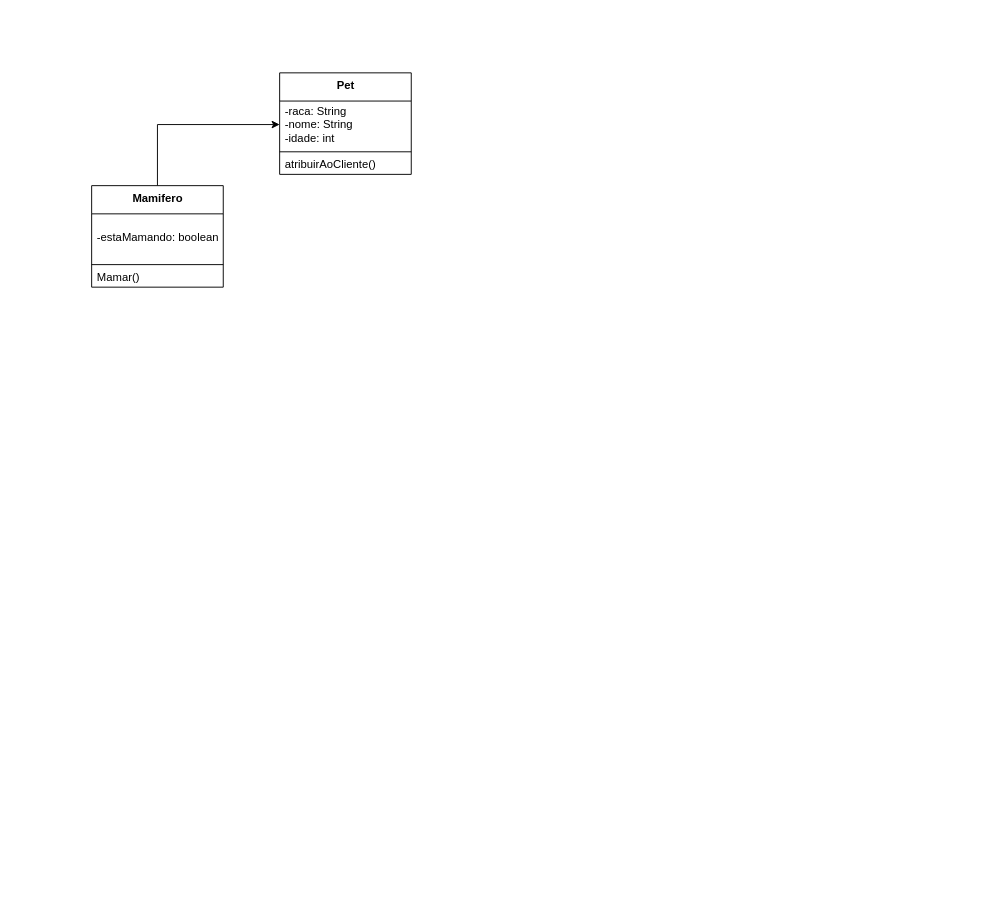
Samuca47prog/Unissinos keeps this draw.io diagram as Programacao-1/petshop/Diagrama UML - PetShop.drawio. Above is the earlier version. Source tidied: cells renumbered, new cells numbered last; positions are measured from the earlier drawing's top-left corner, leaving out a move shared by most shapes. Both pictures are drawn from the tidied source at 94%, with x=0, y=0 at pixel (91, 72).
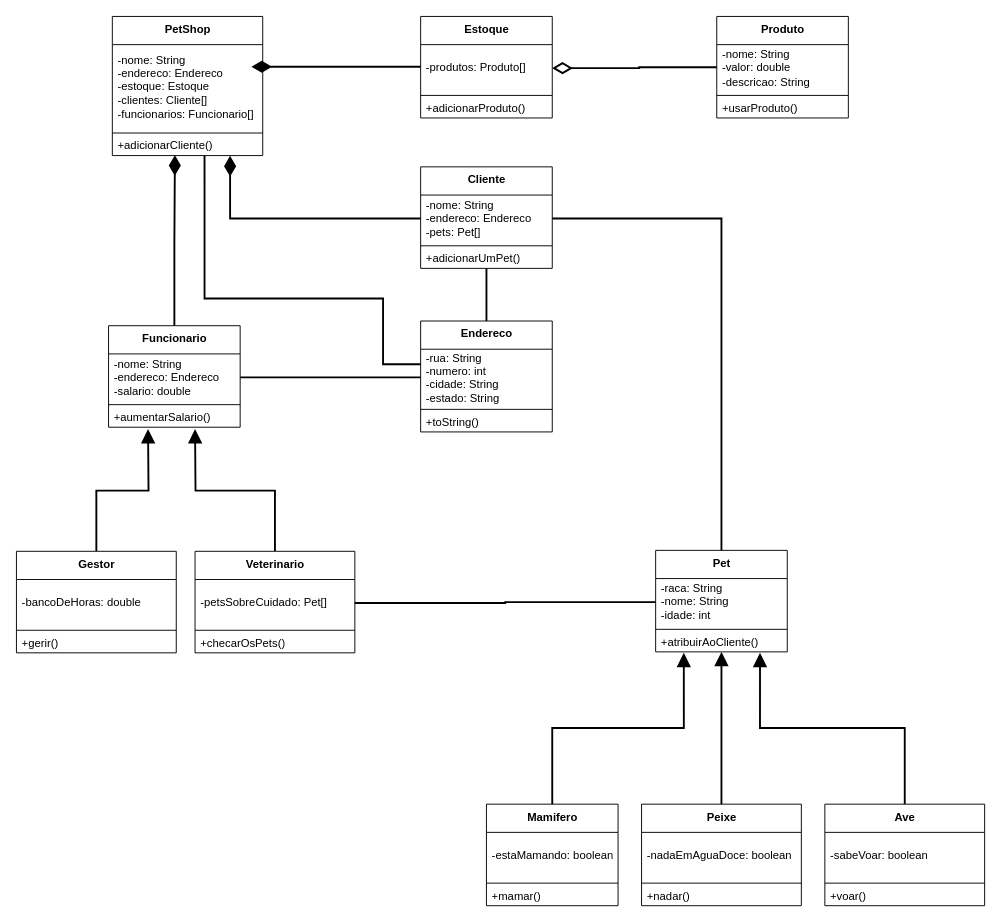
After the change.

The change refers to these unchanged cells:
```xml
<mxCell id="3" value="-raca: String&lt;br&gt;-nome: String&lt;br&gt;-idade: int" style="text;html=1;strokeColor=none;fillColor=none;align=left;verticalAlign=middle;spacingLeft=4;spacingRight=4;overflow=hidden;points=[[0,0.5],[1,0.5]];portConstraint=eastwest;" parent="2" vertex="1">
  <mxGeometry y="30" width="140" height="50" as="geometry" />
</mxCell>
```

Diff of the diagram source:
```diff
@@
+    <mxCell id="11" style="edgeStyle=orthogonalEdgeStyle;rounded=0;jettySize=auto;html=1;exitX=0.5;exitY=0;exitDx=0;exitDy=0;entryX=1;entryY=0.5;entryDx=0;entryDy=0;endArrow=none;endFill=0;strokeWidth=2;" parent="1" edge="1" source="2" target="39">
+      <mxGeometry relative="1" as="geometry" />
+    </mxCell>
     <mxCell id="2" value="&lt;b&gt;Pet&lt;/b&gt;" style="swimlane;fontStyle=0;align=center;verticalAlign=top;horizontal=1;startSize=30;html=1;" parent="1" vertex="1">
-      <mxGeometry x="200" width="140" height="108" as="geometry" />
+      <mxGeometry x="600" y="508" width="140" height="108" as="geometry" />
     </mxCell>
@@
-    <mxCell id="5" value="atribuirAoCliente()" style="text;html=1;strokeColor=none;fillColor=none;align=left;verticalAlign=middle;spacingLeft=4;spacingRight=4;overflow=hidden;points=[[0,0.5],[1,0.5]];portConstraint=eastwest;" parent="2" vertex="1">
+    <mxCell id="5" value="+atribuirAoCliente()" style="text;html=1;strokeColor=none;fillColor=none;align=left;verticalAlign=middle;spacingLeft=4;spacingRight=4;overflow=hidden;points=[[0,0.5],[1,0.5]];portConstraint=eastwest;" parent="2" vertex="1">
       <mxGeometry y="88" width="140" height="20" as="geometry" />
     </mxCell>
-    <mxCell id="6" style="edgeStyle=orthogonalEdgeStyle;rounded=0;jettySize=auto;html=1;exitX=0.5;exitY=0;exitDx=0;exitDy=0;entryX=0;entryY=0.5;entryDx=0;entryDy=0;" parent="1" edge="1" source="7" target="3">
-      <mxGeometry relative="1" as="geometry" />
-    </mxCell>
+    <mxCell id="12" style="edgeStyle=orthogonalEdgeStyle;rounded=0;jettySize=auto;html=1;exitX=0.5;exitY=0;exitDx=0;exitDy=0;entryX=0.214;entryY=1.05;entryDx=0;entryDy=0;entryPerimeter=0;endArrow=block;endFill=1;strokeWidth=2;endSize=10;" parent="1" edge="1" source="7" target="5">
+      <mxGeometry relative="1" as="geometry" />
+    </mxCell>
     <mxCell id="7" value="&lt;b&gt;Mamifero&lt;/b&gt;" style="swimlane;fontStyle=0;align=center;verticalAlign=top;horizontal=1;startSize=30;html=1;" parent="1" vertex="1">
-      <mxGeometry y="120" width="140" height="108" as="geometry" />
+      <mxGeometry x="420" y="778" width="140" height="108" as="geometry" />
     </mxCell>
@@
-    <mxCell id="10" value="Mamar()" style="text;html=1;strokeColor=none;fillColor=none;align=left;verticalAlign=middle;spacingLeft=4;spacingRight=4;overflow=hidden;" parent="7" vertex="1">
+    <mxCell id="10" value="+mamar()" style="text;html=1;strokeColor=none;fillColor=none;align=left;verticalAlign=middle;spacingLeft=4;spacingRight=4;overflow=hidden;" parent="7" vertex="1">
       <mxGeometry y="88" width="140" height="20" as="geometry" />
     </mxCell>
+    <mxCell id="13" style="edgeStyle=orthogonalEdgeStyle;rounded=0;jettySize=auto;html=1;exitX=0.5;exitY=0;exitDx=0;exitDy=0;endArrow=block;endFill=1;strokeWidth=2;endSize=10;" parent="1" edge="1" source="14" target="2">
+      <mxGeometry relative="1" as="geometry" />
+    </mxCell>
+    <mxCell id="14" value="&lt;b&gt;Peixe&lt;/b&gt;" style="swimlane;fontStyle=0;align=center;verticalAlign=top;horizontal=1;startSize=30;html=1;" parent="1" vertex="1">
+      <mxGeometry x="585" y="778" width="170" height="108" as="geometry" />
+    </mxCell>
+    <mxCell id="15" value="-nadaEmAguaDoce: boolean" style="text;html=1;strokeColor=none;fillColor=none;align=left;verticalAlign=middle;spacingLeft=4;spacingRight=4;overflow=hidden;" parent="14" vertex="1">
+      <mxGeometry y="30" width="170" height="50" as="geometry" />
+    </mxCell>
+    <mxCell id="16" style="line;strokeWidth=1;fillColor=none;align=left;verticalAlign=middle;spacingTop=-1;spacingLeft=3;spacingRight=3;labelPosition=right;" parent="14" vertex="1">
+      <mxGeometry y="80" width="170" height="8" as="geometry" />
+    </mxCell>
+    <mxCell id="17" value="+nadar()" style="text;html=1;strokeColor=none;fillColor=none;align=left;verticalAlign=middle;spacingLeft=4;spacingRight=4;overflow=hidden;" parent="14" vertex="1">
+      <mxGeometry y="88" width="170" height="20" as="geometry" />
+    </mxCell>
+    <mxCell id="18" style="edgeStyle=orthogonalEdgeStyle;rounded=0;jettySize=auto;html=1;exitX=0.5;exitY=0;exitDx=0;exitDy=0;entryX=0.793;entryY=1.05;entryDx=0;entryDy=0;entryPerimeter=0;endArrow=block;endFill=1;strokeWidth=2;endSize=10;" parent="1" edge="1" source="19" target="5">
+      <mxGeometry relative="1" as="geometry">
+        <Array as="points">
+          <mxPoint x="865" y="697" />
+          <mxPoint x="711" y="697" />
+        </Array>
+      </mxGeometry>
+    </mxCell>
+    <mxCell id="19" value="&lt;b&gt;Ave&lt;/b&gt;" style="swimlane;fontStyle=0;align=center;verticalAlign=top;horizontal=1;startSize=30;html=1;" parent="1" vertex="1">
+      <mxGeometry x="780" y="778" width="170" height="108" as="geometry" />
+    </mxCell>
+    <mxCell id="20" value="-sabeVoar: boolean" style="text;html=1;strokeColor=none;fillColor=none;align=left;verticalAlign=middle;spacingLeft=4;spacingRight=4;overflow=hidden;" parent="19" vertex="1">
+      <mxGeometry y="30" width="170" height="50" as="geometry" />
+    </mxCell>
+    <mxCell id="21" style="line;strokeWidth=1;fillColor=none;align=left;verticalAlign=middle;spacingTop=-1;spacingLeft=3;spacingRight=3;labelPosition=right;" parent="19" vertex="1">
+      <mxGeometry y="80" width="170" height="8" as="geometry" />
+    </mxCell>
+    <mxCell id="22" value="+voar()" style="text;html=1;strokeColor=none;fillColor=none;align=left;verticalAlign=middle;spacingLeft=4;spacingRight=4;overflow=hidden;" parent="19" vertex="1">
+      <mxGeometry y="88" width="170" height="20" as="geometry" />
+    </mxCell>
+    <mxCell id="23" style="edgeStyle=orthogonalEdgeStyle;rounded=0;jettySize=auto;html=1;entryX=0.416;entryY=0.982;entryDx=0;entryDy=0;entryPerimeter=0;strokeWidth=2;endArrow=diamondThin;endFill=1;endSize=16;" parent="1" edge="1" source="24" target="61">
+      <mxGeometry relative="1" as="geometry" />
+    </mxCell>
+    <mxCell id="24" value="&lt;b&gt;Funcionario&lt;/b&gt;" style="swimlane;fontStyle=0;align=center;verticalAlign=top;horizontal=1;startSize=30;html=1;" parent="1" vertex="1">
+      <mxGeometry x="18" y="269" width="140" height="108" as="geometry" />
+    </mxCell>
+    <mxCell id="25" value="-nome: String&lt;br&gt;-endereco: Endereco&lt;br&gt;-salario: double" style="text;html=1;strokeColor=none;fillColor=none;align=left;verticalAlign=middle;spacingLeft=4;spacingRight=4;overflow=hidden;points=[[0,0.5],[1,0.5]];portConstraint=eastwest;" parent="24" vertex="1">
+      <mxGeometry y="30" width="140" height="50" as="geometry" />
+    </mxCell>
+    <mxCell id="26" style="line;strokeWidth=1;fillColor=none;align=left;verticalAlign=middle;spacingTop=-1;spacingLeft=3;spacingRight=3;labelPosition=right;" parent="24" vertex="1">
+      <mxGeometry y="80" width="140" height="8" as="geometry" />
+    </mxCell>
+    <mxCell id="27" value="+aumentarSalario()" style="text;html=1;strokeColor=none;fillColor=none;align=left;verticalAlign=middle;spacingLeft=4;spacingRight=4;overflow=hidden;" parent="24" vertex="1">
+      <mxGeometry y="88" width="140" height="20" as="geometry" />
+    </mxCell>
+    <mxCell id="28" style="edgeStyle=orthogonalEdgeStyle;rounded=0;jettySize=auto;html=1;exitX=0.5;exitY=0;exitDx=0;exitDy=0;endArrow=block;endFill=1;strokeWidth=2;endSize=10;" parent="1" edge="1" source="29">
+      <mxGeometry relative="1" as="geometry">
+        <mxPoint x="60" y="379" as="targetPoint" />
+      </mxGeometry>
+    </mxCell>
+    <mxCell id="29" value="&lt;b&gt;Gestor&lt;/b&gt;" style="swimlane;fontStyle=0;align=center;verticalAlign=top;horizontal=1;startSize=30;html=1;" parent="1" vertex="1">
+      <mxGeometry x="-80" y="509" width="170" height="108" as="geometry" />
+    </mxCell>
+    <mxCell id="30" value="-bancoDeHoras: double" style="text;html=1;strokeColor=none;fillColor=none;align=left;verticalAlign=middle;spacingLeft=4;spacingRight=4;overflow=hidden;" parent="29" vertex="1">
+      <mxGeometry y="30" width="170" height="50" as="geometry" />
+    </mxCell>
+    <mxCell id="31" style="line;strokeWidth=1;fillColor=none;align=left;verticalAlign=middle;spacingTop=-1;spacingLeft=3;spacingRight=3;labelPosition=right;" parent="29" vertex="1">
+      <mxGeometry y="80" width="170" height="8" as="geometry" />
+    </mxCell>
+    <mxCell id="32" value="+gerir()" style="text;html=1;strokeColor=none;fillColor=none;align=left;verticalAlign=middle;spacingLeft=4;spacingRight=4;overflow=hidden;" parent="29" vertex="1">
+      <mxGeometry y="88" width="170" height="20" as="geometry" />
+    </mxCell>
+    <mxCell id="33" style="edgeStyle=orthogonalEdgeStyle;rounded=0;jettySize=auto;html=1;exitX=0.5;exitY=0;exitDx=0;exitDy=0;endArrow=block;endFill=1;strokeWidth=2;endSize=10;" parent="1" edge="1" source="34">
+      <mxGeometry relative="1" as="geometry">
+        <mxPoint x="110" y="379" as="targetPoint" />
+      </mxGeometry>
+    </mxCell>
+    <mxCell id="34" value="&lt;b&gt;Veterinario&lt;/b&gt;" style="swimlane;fontStyle=0;align=center;verticalAlign=top;horizontal=1;startSize=30;html=1;" parent="1" vertex="1">
+      <mxGeometry x="110" y="509" width="170" height="108" as="geometry" />
+    </mxCell>
+    <mxCell id="35" value="-petsSobreCuidado: Pet[]" style="text;html=1;strokeColor=none;fillColor=none;align=left;verticalAlign=middle;spacingLeft=4;spacingRight=4;overflow=hidden;points=[[0,0.5],[1,0.5]];portConstraint=eastwest;" parent="34" vertex="1">
+      <mxGeometry y="30" width="170" height="50" as="geometry" />
+    </mxCell>
+    <mxCell id="36" style="line;strokeWidth=1;fillColor=none;align=left;verticalAlign=middle;spacingTop=-1;spacingLeft=3;spacingRight=3;labelPosition=right;" parent="34" vertex="1">
+      <mxGeometry y="80" width="170" height="8" as="geometry" />
+    </mxCell>
+    <mxCell id="37" value="+checarOsPets()" style="text;html=1;strokeColor=none;fillColor=none;align=left;verticalAlign=middle;spacingLeft=4;spacingRight=4;overflow=hidden;" parent="34" vertex="1">
+      <mxGeometry y="88" width="170" height="20" as="geometry" />
+    </mxCell>
+    <mxCell id="38" value="&lt;b&gt;Cliente&lt;/b&gt;" style="swimlane;fontStyle=0;align=center;verticalAlign=top;horizontal=1;startSize=30;html=1;" parent="1" vertex="1">
+      <mxGeometry x="350" y="100" width="140" height="108" as="geometry" />
+    </mxCell>
+    <mxCell id="39" value="-nome: String&lt;br&gt;-endereco: Endereco&lt;br&gt;-pets: Pet[]" style="text;html=1;strokeColor=none;fillColor=none;align=left;verticalAlign=middle;spacingLeft=4;spacingRight=4;overflow=hidden;points=[[0,0.5],[1,0.5]];portConstraint=eastwest;" parent="38" vertex="1">
+      <mxGeometry y="30" width="140" height="50" as="geometry" />
+    </mxCell>
+    <mxCell id="40" style="line;strokeWidth=1;fillColor=none;align=left;verticalAlign=middle;spacingTop=-1;spacingLeft=3;spacingRight=3;labelPosition=right;" parent="38" vertex="1">
+      <mxGeometry y="80" width="140" height="8" as="geometry" />
+    </mxCell>
+    <mxCell id="41" value="+adicionarUmPet()" style="text;html=1;strokeColor=none;fillColor=none;align=left;verticalAlign=middle;spacingLeft=4;spacingRight=4;overflow=hidden;" parent="38" vertex="1">
+      <mxGeometry y="88" width="140" height="20" as="geometry" />
+    </mxCell>
+    <mxCell id="42" style="edgeStyle=orthogonalEdgeStyle;rounded=0;jettySize=auto;html=1;exitX=0.5;exitY=0;exitDx=0;exitDy=0;entryX=0.5;entryY=1;entryDx=0;entryDy=0;strokeWidth=2;endArrow=none;endFill=0;" parent="1" edge="1" source="43" target="38">
+      <mxGeometry relative="1" as="geometry" />
+    </mxCell>
+    <mxCell id="43" value="&lt;b&gt;Endereco&lt;/b&gt;" style="swimlane;fontStyle=0;align=center;verticalAlign=top;horizontal=1;startSize=30;html=1;" parent="1" vertex="1">
+      <mxGeometry x="350" y="264" width="140" height="118" as="geometry" />
+    </mxCell>
+    <mxCell id="44" value="-rua: String&lt;br&gt;-numero: int&lt;br&gt;-cidade: String&lt;br&gt;-estado: String" style="text;html=1;strokeColor=none;fillColor=none;align=left;verticalAlign=middle;spacingLeft=4;spacingRight=4;overflow=hidden;points=[[0,0.5],[1,0.5]];portConstraint=eastwest;" parent="43" vertex="1">
+      <mxGeometry y="30" width="140" height="60" as="geometry" />
+    </mxCell>
+    <mxCell id="45" style="line;strokeWidth=1;fillColor=none;align=left;verticalAlign=middle;spacingTop=-1;spacingLeft=3;spacingRight=3;labelPosition=right;" parent="43" vertex="1">
+      <mxGeometry y="90" width="140" height="8" as="geometry" />
+    </mxCell>
+    <mxCell id="46" value="+toString()" style="text;html=1;strokeColor=none;fillColor=none;align=left;verticalAlign=middle;spacingLeft=4;spacingRight=4;overflow=hidden;" parent="43" vertex="1">
+      <mxGeometry y="98" width="140" height="20" as="geometry" />
+    </mxCell>
+    <mxCell id="47" style="edgeStyle=orthogonalEdgeStyle;rounded=0;jettySize=auto;html=1;entryX=1;entryY=0.5;entryDx=0;entryDy=0;endArrow=diamondThin;endFill=0;strokeWidth=2;endSize=16;" parent="1" edge="1" source="48" target="53">
+      <mxGeometry relative="1" as="geometry" />
+    </mxCell>
+    <mxCell id="48" value="&lt;b&gt;Produto&lt;/b&gt;" style="swimlane;fontStyle=0;align=center;verticalAlign=top;horizontal=1;startSize=30;html=1;" parent="1" vertex="1">
+      <mxGeometry x="665" y="-60" width="140" height="108" as="geometry" />
+    </mxCell>
+    <mxCell id="49" value="-nome: String&lt;br&gt;-valor: double&lt;br&gt;-descricao: String" style="text;html=1;strokeColor=none;fillColor=none;align=left;verticalAlign=middle;spacingLeft=4;spacingRight=4;overflow=hidden;" parent="48" vertex="1">
+      <mxGeometry y="30" width="140" height="50" as="geometry" />
+    </mxCell>
+    <mxCell id="50" style="line;strokeWidth=1;fillColor=none;align=left;verticalAlign=middle;spacingTop=-1;spacingLeft=3;spacingRight=3;labelPosition=right;" parent="48" vertex="1">
+      <mxGeometry y="80" width="140" height="8" as="geometry" />
+    </mxCell>
+    <mxCell id="51" value="+usarProduto()" style="text;html=1;strokeColor=none;fillColor=none;align=left;verticalAlign=middle;spacingLeft=4;spacingRight=4;overflow=hidden;" parent="48" vertex="1">
+      <mxGeometry y="88" width="140" height="20" as="geometry" />
+    </mxCell>
+    <mxCell id="52" value="&lt;b&gt;Estoque&lt;/b&gt;" style="swimlane;fontStyle=0;align=center;verticalAlign=top;horizontal=1;startSize=30;html=1;" parent="1" vertex="1">
+      <mxGeometry x="350" y="-60" width="140" height="108" as="geometry" />
+    </mxCell>
+    <mxCell id="53" value="-produtos: Produto[]" style="text;html=1;strokeColor=none;fillColor=none;align=left;verticalAlign=middle;spacingLeft=4;spacingRight=4;overflow=hidden;points=[[0,0.5],[1,0.5]];portConstraint=eastwest;" parent="52" vertex="1">
+      <mxGeometry y="30" width="140" height="50" as="geometry" />
+    </mxCell>
+    <mxCell id="54" style="line;strokeWidth=1;fillColor=none;align=left;verticalAlign=middle;spacingTop=-1;spacingLeft=3;spacingRight=3;labelPosition=right;" parent="52" vertex="1">
+      <mxGeometry y="80" width="140" height="8" as="geometry" />
+    </mxCell>
+    <mxCell id="55" value="+adicionarProduto()" style="text;html=1;strokeColor=none;fillColor=none;align=left;verticalAlign=middle;spacingLeft=4;spacingRight=4;overflow=hidden;" parent="52" vertex="1">
+      <mxGeometry y="88" width="140" height="20" as="geometry" />
+    </mxCell>
+    <mxCell id="56" style="edgeStyle=orthogonalEdgeStyle;rounded=0;jettySize=auto;html=1;exitX=1;exitY=0.5;exitDx=0;exitDy=0;entryX=0;entryY=0.5;entryDx=0;entryDy=0;endArrow=none;endFill=0;strokeWidth=2;" parent="1" edge="1" source="35" target="3">
+      <mxGeometry relative="1" as="geometry" />
+    </mxCell>
+    <mxCell id="57" style="edgeStyle=orthogonalEdgeStyle;rounded=0;jettySize=auto;html=1;exitX=1;exitY=0.5;exitDx=0;exitDy=0;entryX=0;entryY=0.5;entryDx=0;entryDy=0;endArrow=none;endFill=0;strokeWidth=2;" parent="1" edge="1" source="25" target="44">
+      <mxGeometry relative="1" as="geometry" />
+    </mxCell>
+    <mxCell id="58" value="&lt;b&gt;PetShop&lt;/b&gt;" style="swimlane;fontStyle=0;align=center;verticalAlign=top;horizontal=1;startSize=30;html=1;" parent="1" vertex="1">
+      <mxGeometry x="22" y="-60" width="160" height="148" as="geometry" />
+    </mxCell>
+    <mxCell id="59" value="-nome: String&lt;br&gt;-endereco: Endereco&lt;br&gt;-estoque: Estoque&lt;br&gt;-clientes: Cliente[]&lt;br&gt;-funcionarios: Funcionario[]" style="text;html=1;strokeColor=none;fillColor=none;align=left;verticalAlign=middle;spacingLeft=4;spacingRight=4;overflow=hidden;" parent="58" vertex="1">
+      <mxGeometry y="30" width="160" height="90" as="geometry" />
+    </mxCell>
+    <mxCell id="60" style="line;strokeWidth=1;fillColor=none;align=left;verticalAlign=middle;spacingTop=-1;spacingLeft=3;spacingRight=3;labelPosition=right;" parent="58" vertex="1">
+      <mxGeometry y="120" width="160" height="8" as="geometry" />
+    </mxCell>
+    <mxCell id="61" value="+adicionarCliente()" style="text;html=1;strokeColor=none;fillColor=none;align=left;verticalAlign=middle;spacingLeft=4;spacingRight=4;overflow=hidden;points=[[0,0.5],[1,0.5]];portConstraint=eastwest;" parent="58" vertex="1">
+      <mxGeometry y="128" width="160" height="20" as="geometry" />
+    </mxCell>
+    <mxCell id="62" style="edgeStyle=orthogonalEdgeStyle;rounded=0;jettySize=auto;html=1;entryX=0.783;entryY=1.014;entryDx=0;entryDy=0;entryPerimeter=0;strokeWidth=2;endArrow=diamondThin;endFill=1;endSize=16;" parent="1" edge="1" source="39" target="61">
+      <mxGeometry relative="1" as="geometry" />
+    </mxCell>
+    <mxCell id="63" style="edgeStyle=orthogonalEdgeStyle;rounded=0;orthogonalLoop=1;jettySize=auto;html=1;exitX=0;exitY=0.5;exitDx=0;exitDy=0;entryX=1;entryY=0.5;entryDx=0;entryDy=0;strokeWidth=2;endArrow=diamondThin;endFill=1;endSize=16;" parent="1" edge="1">
+      <mxGeometry relative="1" as="geometry">
+        <mxPoint x="350" y="-6.5" as="sourcePoint" />
+        <mxPoint x="170" y="-6.5" as="targetPoint" />
+      </mxGeometry>
+    </mxCell>
+    <mxCell id="64" style="edgeStyle=orthogonalEdgeStyle;rounded=0;jettySize=auto;html=1;entryX=0.613;entryY=1.017;entryDx=0;entryDy=0;entryPerimeter=0;endArrow=none;endFill=0;strokeWidth=2;" parent="1" edge="1" target="61">
+      <mxGeometry relative="1" as="geometry">
+        <mxPoint x="350" y="310" as="sourcePoint" />
+        <Array as="points">
+          <mxPoint x="350" y="310" />
+          <mxPoint x="310" y="310" />
+          <mxPoint x="310" y="240" />
+          <mxPoint x="120" y="240" />
+        </Array>
+      </mxGeometry>
+    </mxCell>
```
